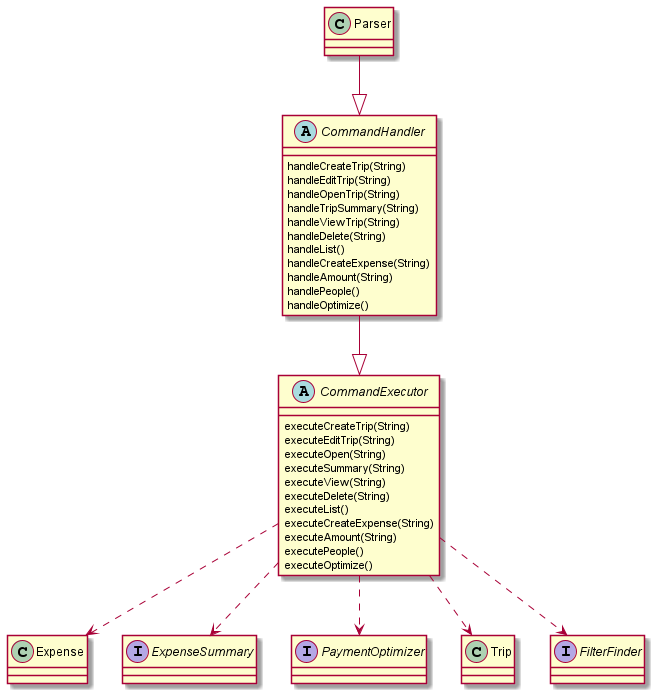
nus-cs2113-AY2122S1/tp keeps this PlantUML diagram as docs/images/ParserClassDiagram.png. Above is the earlier version. The source it was exported from:
```plantuml
@startuml

class Parser
class Expense
interface ExpenseSummary
interface PaymentOptimizer
class Trip
interface FilterFinder


abstract CommandHandler {
handleCreateTrip(String)
handleEditTrip(String)
handleOpenTrip(String)
handleTripSummary(String)
handleViewTrip(String)
handleDelete(String)
handleList()
handleCreateExpense(String)
handleAmount(String)
handlePeople()
handleOptimize()
}

abstract CommandExecutor {
executeCreateTrip(String)
executeEditTrip(String)
executeOpen(String)
executeSummary(String)
executeView(String)
executeDelete(String)
executeList()
executeCreateExpense(String)
executeAmount(String)
executePeople()
executeOptimize()
}

CommandHandler <|-up- Parser
CommandExecutor <|-up- CommandHandler

CommandExecutor -[dashed]-> Expense
CommandExecutor -[dashed]-> ExpenseSummary
CommandExecutor -[dashed]-> PaymentOptimizer
CommandExecutor -[dashed]-> Trip
CommandExecutor -[dashed]-> FilterFinder
@enduml
```
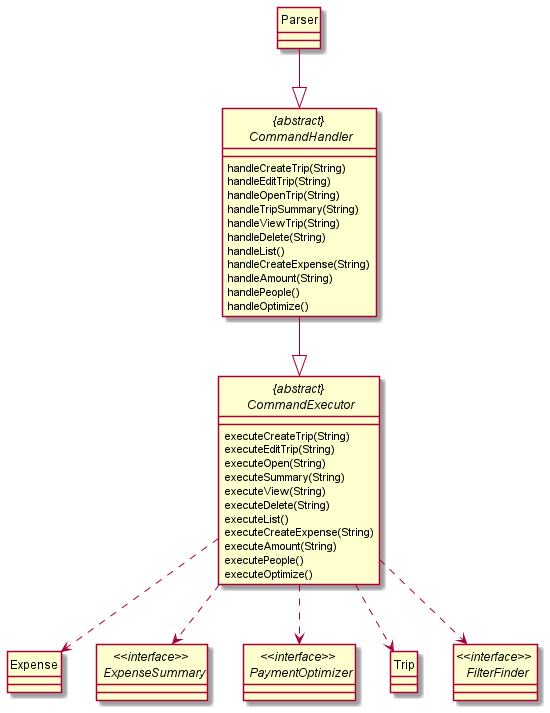
Later version of the same file.

The edit, as a diff of the source:
```diff
@@ -1,14 +1,15 @@
 @startuml
 
+hide circle
 class Parser
 class Expense
-interface ExpenseSummary
-interface PaymentOptimizer
+interface "<<interface>> \n ExpenseSummary" as ExpenseSummary
+interface "<<interface>> \n PaymentOptimizer" as PaymentOptimizer
 class Trip
-interface FilterFinder
+interface "<<interface>> \n FilterFinder" as FilterFinder
 
 
-abstract CommandHandler {
+abstract "{abstract} \n CommandHandler" as CommandHandler {
 handleCreateTrip(String)
 handleEditTrip(String)
 handleOpenTrip(String)
@@ -22,7 +23,7 @@
 handleOptimize()
 }
 
-abstract CommandExecutor {
+abstract "{abstract} \n CommandExecutor" as CommandExecutor {
 executeCreateTrip(String)
 executeEditTrip(String)
 executeOpen(String)
```
